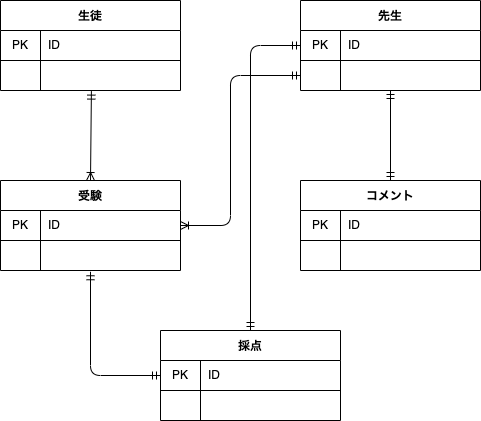
The draw.io diagram exercice.drawio.png in diaaa0219/drawio_exercice8, before a commit. Source tidied: cells renumbered, new cells last; positions are measured from the earlier drawing's top-left corner, leaving out a move shared by most shapes.
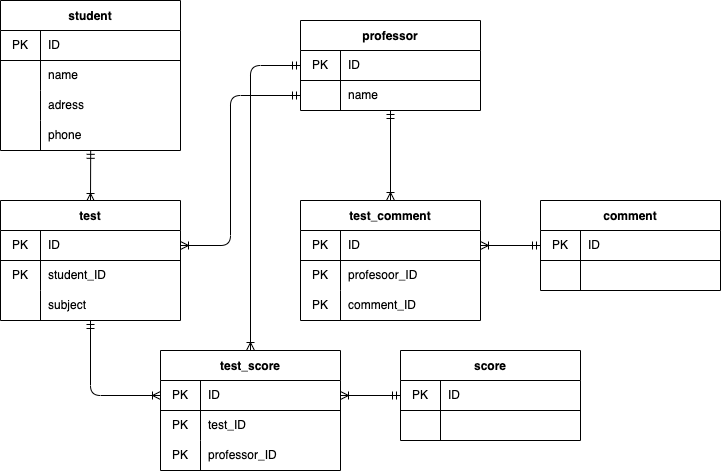
The same diagram one commit later.

What changed in the source:
```diff
@@ -2,8 +2,8 @@
   <root>
     <mxCell id="0" />
     <mxCell id="1" parent="0" />
-    <mxCell id="2" value="生徒" style="shape=table;startSize=30;rowLines=0;fontStyle=1;align=center;" parent="1" vertex="1">
-      <mxGeometry width="180" height="90" as="geometry" />
+    <mxCell id="2" value="student" style="shape=table;startSize=30;rowLines=0;fontStyle=1;align=center;" parent="1" vertex="1">
+      <mxGeometry y="-20" width="180" height="150" as="geometry" />
     </mxCell>
     <mxCell id="3" style="shape=partialRectangle;html=1;whiteSpace=wrap;fillColor=none;top=0;left=0;bottom=1;right=0;" parent="2" vertex="1">
       <mxGeometry y="30" width="180" height="30" as="geometry" />
@@ -20,14 +20,35 @@
     <mxCell id="7" style="shape=partialRectangle;html=1;whiteSpace=wrap;fillColor=none;top=0;left=0;bottom=0;right=0;overflow=hidden;" parent="6" vertex="1">
       <mxGeometry width="40" height="30" as="geometry" />
     </mxCell>
-    <mxCell id="8" style="shape=partialRectangle;html=1;whiteSpace=wrap;fillColor=none;top=0;left=0;bottom=0;right=0;align=left;spacingLeft=6;overflow=hidden;" parent="6" vertex="1">
+    <mxCell id="8" value="name" style="shape=partialRectangle;html=1;whiteSpace=wrap;fillColor=none;top=0;left=0;bottom=0;right=0;align=left;spacingLeft=6;overflow=hidden;" parent="6" vertex="1">
       <mxGeometry x="40" width="140" height="30" as="geometry" />
     </mxCell>
+    <mxCell id="42" style="shape=partialRectangle;html=1;whiteSpace=wrap;fillColor=none;top=0;left=0;bottom=0;right=0;" parent="2" vertex="1">
+      <mxGeometry y="90" width="180" height="30" as="geometry" />
+    </mxCell>
+    <mxCell id="43" style="shape=partialRectangle;html=1;whiteSpace=wrap;fillColor=none;top=0;left=0;bottom=0;right=0;overflow=hidden;" parent="42" vertex="1">
+      <mxGeometry width="40" height="30" as="geometry" />
+    </mxCell>
+    <mxCell id="44" value="adress" style="shape=partialRectangle;html=1;whiteSpace=wrap;fillColor=none;top=0;left=0;bottom=0;right=0;align=left;spacingLeft=6;overflow=hidden;" parent="42" vertex="1">
+      <mxGeometry x="40" width="140" height="30" as="geometry" />
+    </mxCell>
+    <mxCell id="45" style="shape=partialRectangle;html=1;whiteSpace=wrap;fillColor=none;top=0;left=0;bottom=0;right=0;" parent="2" vertex="1">
+      <mxGeometry y="120" width="180" height="30" as="geometry" />
+    </mxCell>
+    <mxCell id="46" style="shape=partialRectangle;html=1;whiteSpace=wrap;fillColor=none;top=0;left=0;bottom=0;right=0;overflow=hidden;" parent="45" vertex="1">
+      <mxGeometry width="40" height="30" as="geometry" />
+    </mxCell>
+    <mxCell id="47" value="phone" style="shape=partialRectangle;html=1;whiteSpace=wrap;fillColor=none;top=0;left=0;bottom=0;right=0;align=left;spacingLeft=6;overflow=hidden;" parent="45" vertex="1">
+      <mxGeometry x="40" width="140" height="30" as="geometry" />
+    </mxCell>
-    <mxCell id="9" style="edgeStyle=none;html=1;exitX=0.5;exitY=0;exitDx=0;exitDy=0;entryX=0.505;entryY=1.02;entryDx=0;entryDy=0;entryPerimeter=0;endArrow=ERmandOne;endFill=0;startArrow=ERoneToMany;startFill=0;" parent="1" edge="1" source="10" target="6">
-      <mxGeometry relative="1" as="geometry" />
+    <mxCell id="9" style="edgeStyle=none;html=1;exitX=0.5;exitY=0;exitDx=0;exitDy=0;endArrow=ERmandOne;endFill=0;startArrow=ERoneToMany;startFill=0;entryX=0.501;entryY=0.961;entryDx=0;entryDy=0;entryPerimeter=0;" parent="1" edge="1">
+      <mxGeometry relative="1" as="geometry">
+        <mxPoint x="90" y="181" as="sourcePoint" />
+        <mxPoint x="90.2" y="129.8" as="targetPoint" />
+      </mxGeometry>
     </mxCell>
-    <mxCell id="10" value="受験" style="shape=table;startSize=30;rowLines=0;fontStyle=1;align=center;" parent="1" vertex="1">
-      <mxGeometry y="180" width="180" height="90" as="geometry" />
+    <mxCell id="10" value="test" style="shape=table;startSize=30;rowLines=0;fontStyle=1;align=center;" parent="1" vertex="1">
+      <mxGeometry y="180" width="180" height="120" as="geometry" />
     </mxCell>
     <mxCell id="11" style="shape=partialRectangle;html=1;whiteSpace=wrap;fillColor=none;top=0;left=0;bottom=1;right=0;points=[[0,0.5],[1,0.5]];portConstraint=eastwest;" parent="10" vertex="1">
       <mxGeometry y="30" width="180" height="30" as="geometry" />
@@ -38,16 +59,25 @@
     <mxCell id="13" value="ID" style="shape=partialRectangle;html=1;whiteSpace=wrap;fillColor=none;top=0;left=0;bottom=0;right=0;align=left;spacingLeft=6;overflow=hidden;" parent="11" vertex="1">
       <mxGeometry x="40" width="140" height="30" as="geometry" />
     </mxCell>
+    <mxCell id="48" style="shape=partialRectangle;html=1;whiteSpace=wrap;fillColor=none;top=0;left=0;bottom=0;right=0;" parent="10" vertex="1">
+      <mxGeometry y="60" width="180" height="30" as="geometry" />
+    </mxCell>
+    <mxCell id="49" value="PK" style="shape=partialRectangle;html=1;whiteSpace=wrap;fillColor=none;top=0;left=0;bottom=0;right=0;overflow=hidden;" parent="48" vertex="1">
+      <mxGeometry width="40" height="30" as="geometry" />
+    </mxCell>
+    <mxCell id="50" value="student_ID" style="shape=partialRectangle;html=1;whiteSpace=wrap;fillColor=none;top=0;left=0;bottom=0;right=0;align=left;spacingLeft=6;overflow=hidden;" parent="48" vertex="1">
+      <mxGeometry x="40" width="140" height="30" as="geometry" />
+    </mxCell>
     <mxCell id="14" style="shape=partialRectangle;html=1;whiteSpace=wrap;fillColor=none;top=0;left=0;bottom=0;right=0;points=[[0,0.5],[1,0.5]];portConstraint=eastwest;" parent="10" vertex="1">
-      <mxGeometry y="60" width="180" height="30" as="geometry" />
+      <mxGeometry y="90" width="180" height="30" as="geometry" />
     </mxCell>
     <mxCell id="15" style="shape=partialRectangle;html=1;whiteSpace=wrap;fillColor=none;top=0;left=0;bottom=0;right=0;overflow=hidden;" parent="14" vertex="1">
       <mxGeometry width="40" height="30" as="geometry" />
     </mxCell>
-    <mxCell id="16" style="shape=partialRectangle;html=1;whiteSpace=wrap;fillColor=none;top=0;left=0;bottom=0;right=0;align=left;spacingLeft=6;overflow=hidden;" parent="14" vertex="1">
+    <mxCell id="16" value="subject" style="shape=partialRectangle;html=1;whiteSpace=wrap;fillColor=none;top=0;left=0;bottom=0;right=0;align=left;spacingLeft=6;overflow=hidden;" parent="14" vertex="1">
       <mxGeometry x="40" width="140" height="30" as="geometry" />
     </mxCell>
-    <mxCell id="17" value="先生" style="shape=table;startSize=30;rowLines=0;fontStyle=1;align=center;" parent="1" vertex="1">
+    <mxCell id="17" value="professor" style="shape=table;startSize=30;rowLines=0;fontStyle=1;align=center;" parent="1" vertex="1">
       <mxGeometry x="300" width="180" height="90" as="geometry" />
     </mxCell>
     <mxCell id="18" style="shape=partialRectangle;html=1;whiteSpace=wrap;fillColor=none;top=0;left=0;bottom=1;right=0;points=[[0,0.5],[1,0.5]];portConstraint=eastwest;" parent="17" vertex="1">
@@ -65,11 +95,11 @@
     <mxCell id="22" style="shape=partialRectangle;html=1;whiteSpace=wrap;fillColor=none;top=0;left=0;bottom=0;right=0;overflow=hidden;" parent="21" vertex="1">
       <mxGeometry width="40" height="30" as="geometry" />
     </mxCell>
-    <mxCell id="23" style="shape=partialRectangle;html=1;whiteSpace=wrap;fillColor=none;top=0;left=0;bottom=0;right=0;align=left;spacingLeft=6;overflow=hidden;" parent="21" vertex="1">
+    <mxCell id="23" value="name" style="shape=partialRectangle;html=1;whiteSpace=wrap;fillColor=none;top=0;left=0;bottom=0;right=0;align=left;spacingLeft=6;overflow=hidden;" parent="21" vertex="1">
       <mxGeometry x="40" width="140" height="30" as="geometry" />
     </mxCell>
-    <mxCell id="24" value="採点" style="shape=table;startSize=30;rowLines=0;fontStyle=1;align=center;" parent="1" vertex="1">
-      <mxGeometry x="160" y="330" width="180" height="90" as="geometry" />
+    <mxCell id="24" value="test_score" style="shape=table;startSize=30;rowLines=0;fontStyle=1;align=center;" parent="1" vertex="1">
+      <mxGeometry x="160" y="330" width="180" height="120" as="geometry" />
     </mxCell>
     <mxCell id="25" style="shape=partialRectangle;html=1;whiteSpace=wrap;fillColor=none;top=0;left=0;bottom=1;right=0;points=[[0,0.5],[1,0.5]];portConstraint=eastwest;" parent="24" vertex="1">
       <mxGeometry y="30" width="180" height="30" as="geometry" />
@@ -83,17 +113,26 @@
     <mxCell id="28" style="shape=partialRectangle;html=1;whiteSpace=wrap;fillColor=none;top=0;left=0;bottom=0;right=0;" parent="24" vertex="1">
       <mxGeometry y="60" width="180" height="30" as="geometry" />
     </mxCell>
-    <mxCell id="29" style="shape=partialRectangle;html=1;whiteSpace=wrap;fillColor=none;top=0;left=0;bottom=0;right=0;overflow=hidden;" parent="28" vertex="1">
+    <mxCell id="29" value="PK" style="shape=partialRectangle;html=1;whiteSpace=wrap;fillColor=none;top=0;left=0;bottom=0;right=0;overflow=hidden;" parent="28" vertex="1">
       <mxGeometry width="40" height="30" as="geometry" />
     </mxCell>
-    <mxCell id="30" style="shape=partialRectangle;html=1;whiteSpace=wrap;fillColor=none;top=0;left=0;bottom=0;right=0;align=left;spacingLeft=6;overflow=hidden;" parent="28" vertex="1">
+    <mxCell id="30" value="test_ID" style="shape=partialRectangle;html=1;whiteSpace=wrap;fillColor=none;top=0;left=0;bottom=0;right=0;align=left;spacingLeft=6;overflow=hidden;" parent="28" vertex="1">
       <mxGeometry x="40" width="140" height="30" as="geometry" />
     </mxCell>
+    <mxCell id="51" style="shape=partialRectangle;html=1;whiteSpace=wrap;fillColor=none;top=0;left=0;bottom=0;right=0;" parent="24" vertex="1">
+      <mxGeometry y="90" width="180" height="30" as="geometry" />
+    </mxCell>
+    <mxCell id="52" value="PK" style="shape=partialRectangle;html=1;whiteSpace=wrap;fillColor=none;top=0;left=0;bottom=0;right=0;overflow=hidden;" parent="51" vertex="1">
+      <mxGeometry width="40" height="30" as="geometry" />
+    </mxCell>
+    <mxCell id="53" value="professor_ID" style="shape=partialRectangle;html=1;whiteSpace=wrap;fillColor=none;top=0;left=0;bottom=0;right=0;align=left;spacingLeft=6;overflow=hidden;" parent="51" vertex="1">
+      <mxGeometry x="40" width="140" height="30" as="geometry" />
+    </mxCell>
-    <mxCell id="31" style="edgeStyle=none;html=1;exitX=0.5;exitY=0;exitDx=0;exitDy=0;entryX=0.5;entryY=1;entryDx=0;entryDy=0;startArrow=ERmandOne;startFill=0;endArrow=ERmandOne;endFill=0;" parent="1" edge="1" source="32" target="17">
+    <mxCell id="31" style="edgeStyle=none;html=1;exitX=0.5;exitY=0;exitDx=0;exitDy=0;entryX=0.5;entryY=1;entryDx=0;entryDy=0;startArrow=ERoneToMany;startFill=0;endArrow=ERmandOne;endFill=0;" parent="1" edge="1" source="32" target="17">
       <mxGeometry relative="1" as="geometry" />
     </mxCell>
-    <mxCell id="32" value="コメント" style="shape=table;startSize=30;rowLines=0;fontStyle=1;align=center;" parent="1" vertex="1">
-      <mxGeometry x="300" y="180" width="180" height="90" as="geometry" />
+    <mxCell id="32" value="test_comment" style="shape=table;startSize=30;rowLines=0;fontStyle=1;align=center;" parent="1" vertex="1">
+      <mxGeometry x="300" y="180" width="180" height="120" as="geometry" />
     </mxCell>
     <mxCell id="33" style="shape=partialRectangle;html=1;whiteSpace=wrap;fillColor=none;top=0;left=0;bottom=1;right=0;points=[[0,0.5],[1,0.5]];portConstraint=eastwest;" parent="32" vertex="1">
       <mxGeometry y="30" width="180" height="30" as="geometry" />
@@ -107,13 +146,22 @@
     <mxCell id="36" style="shape=partialRectangle;html=1;whiteSpace=wrap;fillColor=none;top=0;left=0;bottom=0;right=0;" parent="32" vertex="1">
       <mxGeometry y="60" width="180" height="30" as="geometry" />
     </mxCell>
-    <mxCell id="37" style="shape=partialRectangle;html=1;whiteSpace=wrap;fillColor=none;top=0;left=0;bottom=0;right=0;overflow=hidden;" parent="36" vertex="1">
+    <mxCell id="37" value="PK" style="shape=partialRectangle;html=1;whiteSpace=wrap;fillColor=none;top=0;left=0;bottom=0;right=0;overflow=hidden;" parent="36" vertex="1">
       <mxGeometry width="40" height="30" as="geometry" />
     </mxCell>
-    <mxCell id="38" style="shape=partialRectangle;html=1;whiteSpace=wrap;fillColor=none;top=0;left=0;bottom=0;right=0;align=left;spacingLeft=6;overflow=hidden;" parent="36" vertex="1">
+    <mxCell id="38" value="profesoor_ID" style="shape=partialRectangle;html=1;whiteSpace=wrap;fillColor=none;top=0;left=0;bottom=0;right=0;align=left;spacingLeft=6;overflow=hidden;" parent="36" vertex="1">
       <mxGeometry x="40" width="140" height="30" as="geometry" />
     </mxCell>
+    <mxCell id="54" style="shape=partialRectangle;html=1;whiteSpace=wrap;fillColor=none;top=0;left=0;bottom=0;right=0;" parent="32" vertex="1">
+      <mxGeometry y="90" width="180" height="30" as="geometry" />
+    </mxCell>
+    <mxCell id="55" value="PK" style="shape=partialRectangle;html=1;whiteSpace=wrap;fillColor=none;top=0;left=0;bottom=0;right=0;overflow=hidden;" parent="54" vertex="1">
+      <mxGeometry width="40" height="30" as="geometry" />
+    </mxCell>
+    <mxCell id="56" value="comment_ID" style="shape=partialRectangle;html=1;whiteSpace=wrap;fillColor=none;top=0;left=0;bottom=0;right=0;align=left;spacingLeft=6;overflow=hidden;" parent="54" vertex="1">
+      <mxGeometry x="40" width="140" height="30" as="geometry" />
+    </mxCell>
-    <mxCell id="39" style="edgeStyle=none;html=1;exitX=0;exitY=0.5;exitDx=0;exitDy=0;entryX=0.5;entryY=0;entryDx=0;entryDy=0;startArrow=ERmandOne;startFill=0;endArrow=ERmandOne;endFill=0;" parent="1" edge="1" source="18" target="24">
+    <mxCell id="39" style="edgeStyle=none;html=1;exitX=0;exitY=0.5;exitDx=0;exitDy=0;entryX=0.5;entryY=0;entryDx=0;entryDy=0;startArrow=ERmandOne;startFill=0;endArrow=ERoneToMany;endFill=0;" parent="1" edge="1" source="18" target="24">
       <mxGeometry relative="1" as="geometry">
         <Array as="points">
           <mxPoint x="250" y="45" />
@@ -128,12 +176,61 @@
         </Array>
       </mxGeometry>
     </mxCell>
-    <mxCell id="41" style="edgeStyle=none;html=1;exitX=0;exitY=0.5;exitDx=0;exitDy=0;entryX=0.5;entryY=1.042;entryDx=0;entryDy=0;entryPerimeter=0;startArrow=ERmandOne;startFill=0;endArrow=ERmandOne;endFill=0;" parent="1" edge="1" source="25" target="14">
+    <mxCell id="41" style="edgeStyle=none;html=1;exitX=0;exitY=0.5;exitDx=0;exitDy=0;startArrow=ERoneToMany;startFill=0;endArrow=ERmandOne;endFill=0;" parent="1" edge="1" source="25">
       <mxGeometry relative="1" as="geometry">
+        <mxPoint x="90" y="300" as="targetPoint" />
         <Array as="points">
           <mxPoint x="90" y="375" />
         </Array>
       </mxGeometry>
     </mxCell>
+    <mxCell id="57" value="score" style="shape=table;startSize=30;rowLines=0;fontStyle=1;align=center;" parent="1" vertex="1">
+      <mxGeometry x="400" y="330" width="180" height="90" as="geometry" />
+    </mxCell>
+    <mxCell id="58" style="shape=partialRectangle;html=1;whiteSpace=wrap;fillColor=none;top=0;left=0;bottom=1;right=0;points=[[0,0.5],[1,0.5]];portConstraint=eastwest;" parent="57" vertex="1">
+      <mxGeometry y="30" width="180" height="30" as="geometry" />
+    </mxCell>
+    <mxCell id="59" value="PK" style="shape=partialRectangle;html=1;whiteSpace=wrap;fillColor=none;top=0;left=0;bottom=0;right=0;overflow=hidden;" parent="58" vertex="1">
+      <mxGeometry width="40" height="30" as="geometry" />
+    </mxCell>
+    <mxCell id="60" value="ID" style="shape=partialRectangle;html=1;whiteSpace=wrap;fillColor=none;top=0;left=0;bottom=0;right=0;align=left;spacingLeft=6;overflow=hidden;" parent="58" vertex="1">
+      <mxGeometry x="40" width="140" height="30" as="geometry" />
+    </mxCell>
+    <mxCell id="61" style="shape=partialRectangle;html=1;whiteSpace=wrap;fillColor=none;top=0;left=0;bottom=0;right=0;" parent="57" vertex="1">
+      <mxGeometry y="60" width="180" height="30" as="geometry" />
+    </mxCell>
+    <mxCell id="62" style="shape=partialRectangle;html=1;whiteSpace=wrap;fillColor=none;top=0;left=0;bottom=0;right=0;overflow=hidden;" parent="61" vertex="1">
+      <mxGeometry width="40" height="30" as="geometry" />
+    </mxCell>
+    <mxCell id="63" style="shape=partialRectangle;html=1;whiteSpace=wrap;fillColor=none;top=0;left=0;bottom=0;right=0;align=left;spacingLeft=6;overflow=hidden;" parent="61" vertex="1">
+      <mxGeometry x="40" width="140" height="30" as="geometry" />
+    </mxCell>
+    <mxCell id="64" style="edgeStyle=none;html=1;exitX=1;exitY=0.5;exitDx=0;exitDy=0;entryX=0;entryY=0.5;entryDx=0;entryDy=0;startArrow=ERoneToMany;startFill=0;endArrow=ERmandOne;endFill=0;" parent="1" edge="1" source="25" target="58">
+      <mxGeometry relative="1" as="geometry" />
+    </mxCell>
+    <mxCell id="65" value="comment" style="shape=table;startSize=30;rowLines=0;fontStyle=1;align=center;" parent="1" vertex="1">
+      <mxGeometry x="540" y="180" width="180" height="90" as="geometry" />
+    </mxCell>
+    <mxCell id="66" style="shape=partialRectangle;html=1;whiteSpace=wrap;fillColor=none;top=0;left=0;bottom=1;right=0;points=[[0,0.5],[1,0.5]];portConstraint=eastwest;" parent="65" vertex="1">
+      <mxGeometry y="30" width="180" height="30" as="geometry" />
+    </mxCell>
+    <mxCell id="67" value="PK" style="shape=partialRectangle;html=1;whiteSpace=wrap;fillColor=none;top=0;left=0;bottom=0;right=0;overflow=hidden;" parent="66" vertex="1">
+      <mxGeometry width="40" height="30" as="geometry" />
+    </mxCell>
+    <mxCell id="68" value="ID" style="shape=partialRectangle;html=1;whiteSpace=wrap;fillColor=none;top=0;left=0;bottom=0;right=0;align=left;spacingLeft=6;overflow=hidden;" parent="66" vertex="1">
+      <mxGeometry x="40" width="140" height="30" as="geometry" />
+    </mxCell>
+    <mxCell id="69" style="shape=partialRectangle;html=1;whiteSpace=wrap;fillColor=none;top=0;left=0;bottom=0;right=0;" parent="65" vertex="1">
+      <mxGeometry y="60" width="180" height="30" as="geometry" />
+    </mxCell>
+    <mxCell id="70" style="shape=partialRectangle;html=1;whiteSpace=wrap;fillColor=none;top=0;left=0;bottom=0;right=0;overflow=hidden;" parent="69" vertex="1">
+      <mxGeometry width="40" height="30" as="geometry" />
+    </mxCell>
+    <mxCell id="71" style="shape=partialRectangle;html=1;whiteSpace=wrap;fillColor=none;top=0;left=0;bottom=0;right=0;align=left;spacingLeft=6;overflow=hidden;" parent="69" vertex="1">
+      <mxGeometry x="40" width="140" height="30" as="geometry" />
+    </mxCell>
+    <mxCell id="72" style="edgeStyle=none;html=1;exitX=1;exitY=0.5;exitDx=0;exitDy=0;entryX=0;entryY=0.5;entryDx=0;entryDy=0;startArrow=ERoneToMany;startFill=0;endArrow=ERmandOne;endFill=0;" parent="1" edge="1" source="33" target="66">
+      <mxGeometry relative="1" as="geometry" />
+    </mxCell>
   </root>
 </mxGraphModel>
```
